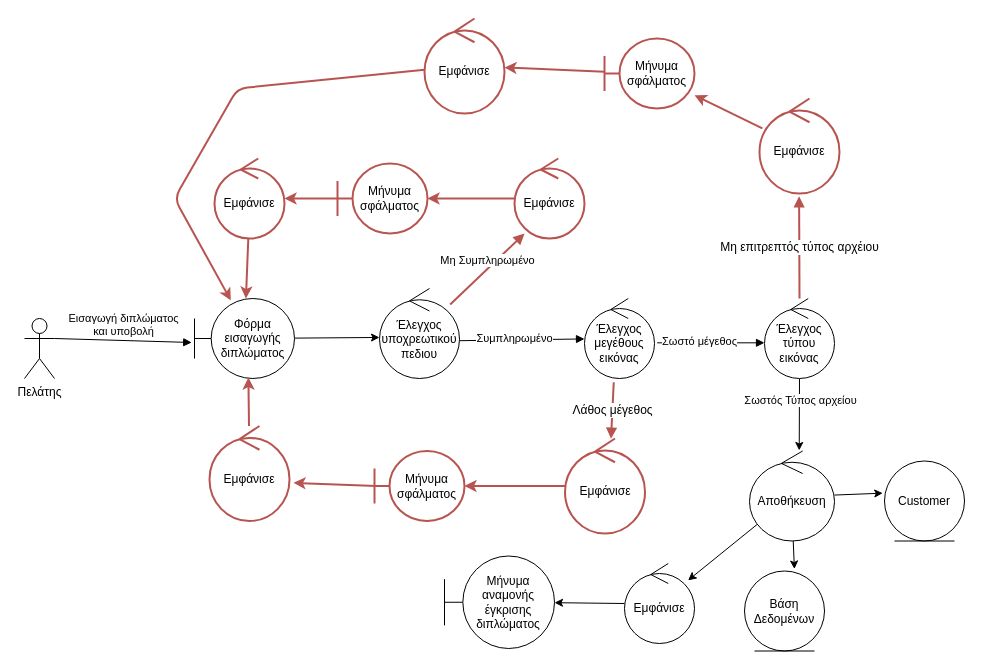
This is Part_2/Robustness/diagrams/04_Εισαγωγή_Διπλώματος_Οδήγησης.drawio from Nikolis2002/texnoligia_logismikou, a draw.io file, before an edit. Source tidied: cells renumbered, new cells numbered last; positions are measured from the earlier drawing's top-left corner, leaving out a move shared by most shapes. Both pictures are drawn from the tidied source at 100%, with x=0, y=0 at pixel (24, 18).
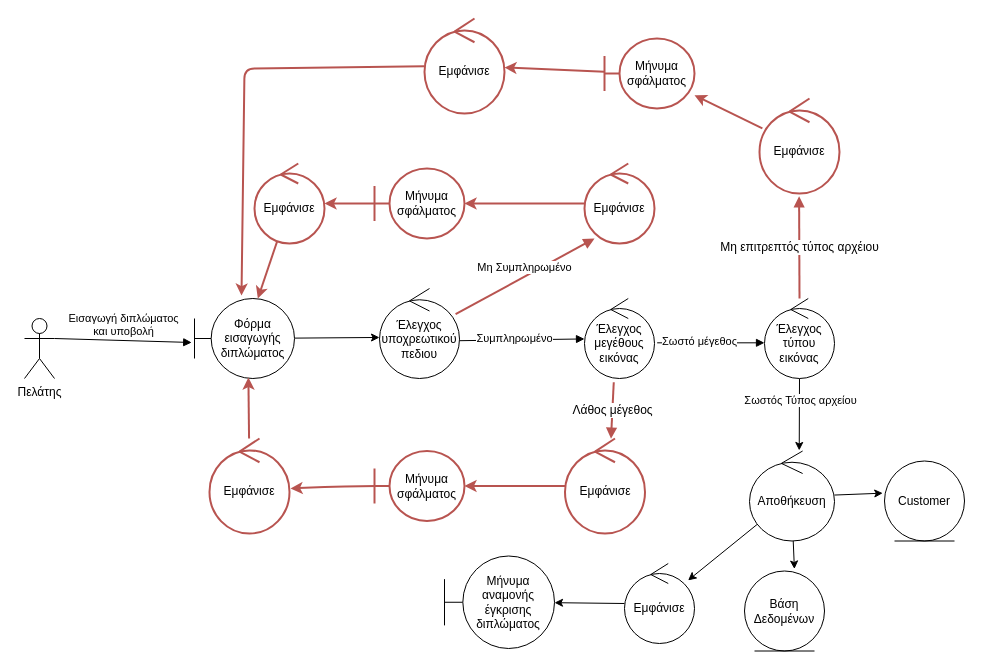
After the change.

The change refers to these unchanged cells:
```xml
<mxCell id="22" value="Φόρμα εισαγωγής διπλώματος" style="shape=umlBoundary;whiteSpace=wrap;html=1;" parent="1" vertex="1">
  <mxGeometry x="170" y="280" width="100" height="80" as="geometry" />
</mxCell>
<mxCell id="31" value="Μήνυμα σφάλματος" style="shape=umlBoundary;whiteSpace=wrap;html=1;fillColor=none;strokeColor=#b85450;strokeWidth=2;" parent="1" vertex="1">
  <mxGeometry x="350" y="432.5" width="90" height="70" as="geometry" />
</mxCell>
<mxCell id="39" value="Εμφάνισε" style="ellipse;shape=umlControl;whiteSpace=wrap;html=1;fillColor=none;strokeColor=#b85450;strokeWidth=2;" parent="1" vertex="1">
  <mxGeometry x="400" width="80" height="95" as="geometry" />
</mxCell>
```

Change to the diagram source:
```diff
@@
     <mxCell id="16" value="Εμφάνισε" style="ellipse;shape=umlControl;whiteSpace=wrap;html=1;fillColor=none;strokeColor=#b85450;strokeWidth=2;" parent="1" vertex="1">
-      <mxGeometry x="490" y="140" width="70" height="80" as="geometry" />
+      <mxGeometry x="560" y="145" width="70" height="80" as="geometry" />
     </mxCell>
@@
     <mxCell id="25" value="Εμφάνισε" style="ellipse;shape=umlControl;whiteSpace=wrap;html=1;fillColor=none;strokeColor=#b85450;strokeWidth=2;" parent="1" vertex="1">
-      <mxGeometry x="190" y="140" width="70" height="80" as="geometry" />
+      <mxGeometry x="230" y="145" width="70" height="80" as="geometry" />
     </mxCell>
@@
     <mxCell id="27" value="Μήνυμα σφάλματος" style="shape=umlBoundary;whiteSpace=wrap;html=1;fillColor=none;strokeColor=#b85450;strokeWidth=2;" parent="1" vertex="1">
-      <mxGeometry x="313" y="145" width="90" height="70" as="geometry" />
+      <mxGeometry x="350" y="150" width="90" height="70" as="geometry" />
     </mxCell>
@@
-    <mxCell id="30" style="edgeStyle=none;html=1;strokeWidth=2;fontSize=12;fillColor=none;strokeColor=#b85450;exitX=0.022;exitY=0.5;exitDx=0;exitDy=0;exitPerimeter=0;entryX=1.05;entryY=0.598;entryDx=0;entryDy=0;entryPerimeter=0;" parent="1" edge="1" source="31" target="33">
-      <mxGeometry relative="1" as="geometry" />
+    <mxCell id="30" style="edgeStyle=none;html=1;strokeWidth=2;fontSize=12;fillColor=none;strokeColor=#b85450;exitX=0.022;exitY=0.5;exitDx=0;exitDy=0;exitPerimeter=0;entryX=1.013;entryY=0.526;entryDx=0;entryDy=0;entryPerimeter=0;" parent="1" edge="1" source="31" target="33">
+      <mxGeometry relative="1" as="geometry">
+        <Array as="points">
+          <mxPoint x="310" y="468" />
+        </Array>
+      </mxGeometry>
     </mxCell>
@@
     <mxCell id="33" value="Εμφάνισε" style="ellipse;shape=umlControl;whiteSpace=wrap;html=1;fillColor=none;strokeColor=#b85450;strokeWidth=2;" parent="1" vertex="1">
-      <mxGeometry x="185" y="407.5" width="80" height="95" as="geometry" />
+      <mxGeometry x="185" y="420" width="80" height="95" as="geometry" />
     </mxCell>
@@
-    <mxCell id="38" style="edgeStyle=none;html=1;entryX=0.363;entryY=0.023;entryDx=0;entryDy=0;entryPerimeter=0;strokeWidth=2;fontSize=12;fillColor=none;strokeColor=#b85450;" parent="1" edge="1" source="39" target="22">
+    <mxCell id="38" style="edgeStyle=none;html=1;entryX=0.47;entryY=-0.037;entryDx=0;entryDy=0;entryPerimeter=0;strokeWidth=2;fontSize=12;fillColor=none;strokeColor=#b85450;" parent="1" edge="1" source="39" target="22">
       <mxGeometry relative="1" as="geometry">
         <Array as="points">
-          <mxPoint x="213" y="70" />
-          <mxPoint x="150" y="180" />
+          <mxPoint x="220" y="50" />
         </Array>
       </mxGeometry>
     </mxCell>
```
